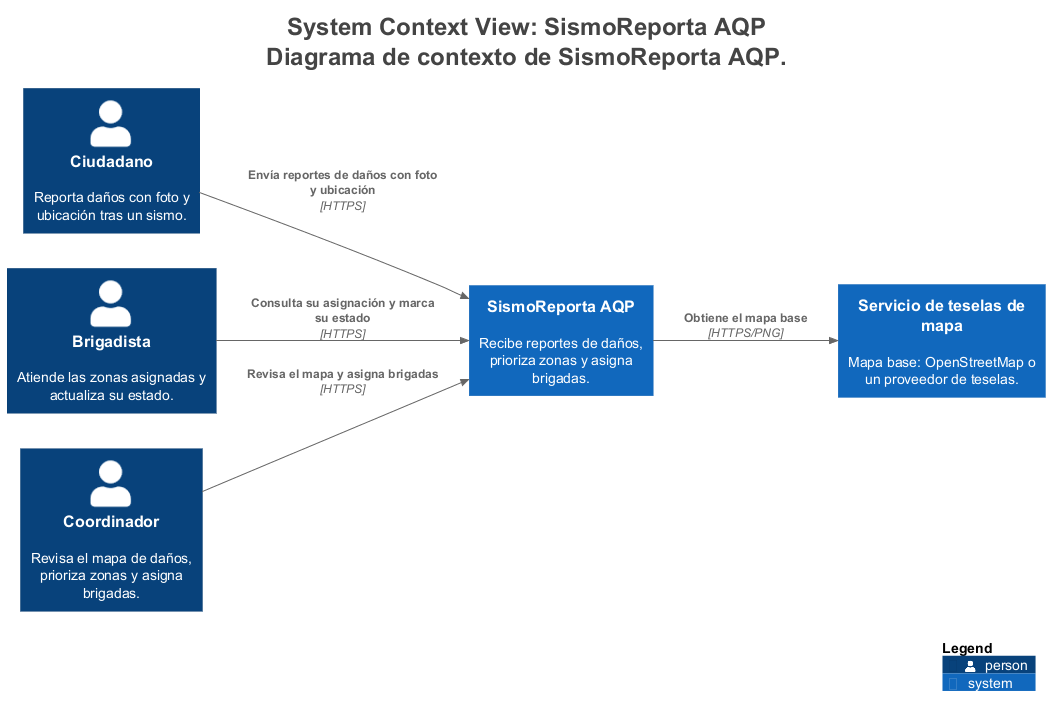
The PlantUML diagram docs/architecture/c4/img/structurizr-Contexto.png in DavidOliva06/cs-2026b-lab04-grupo06, before a commit.
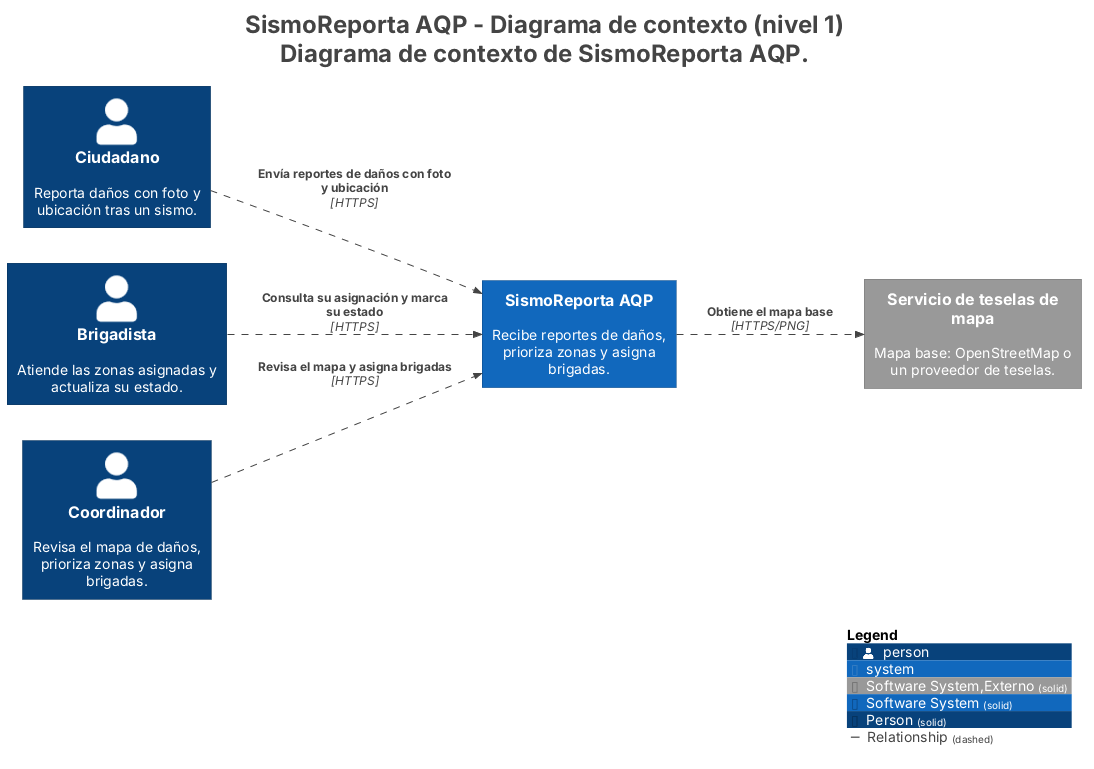
The same diagram one commit later.

The edit, as a diff of the source:
```diff
@@ -1,5 +1,5 @@
 @startuml
-title <size:24>System Context View: SismoReporta AQP</size>\n<size:24>Diagrama de contexto de SismoReporta AQP.</size>
+title <size:24>SismoReporta AQP - Diagrama de contexto (nivel 1)</size>\n<size:24>Diagrama de contexto de SismoReporta AQP.</size>
 
 set separator none
 left to right direction
@@ -14,16 +14,22 @@
 !include <C4/C4>
 !include <C4/C4_Context>
 
-Person(Ciudadano, "Ciudadano", $descr="Reporta daños con foto y ubicación tras un sismo.", $tags="", $link="")
-System(Serviciodeteselasdemapa, "Servicio de teselas de mapa", $descr="Mapa base: OpenStreetMap o un proveedor de teselas.", $tags="", $link="")
-Person(Brigadista, "Brigadista", $descr="Atiende las zonas asignadas y actualiza su estado.", $tags="", $link="")
-Person(Coordinador, "Coordinador", $descr="Revisa el mapa de daños, prioriza zonas y asigna brigadas.", $tags="", $link="")
-System(SismoReportaAQP, "SismoReporta AQP", $descr="Recibe reportes de daños, prioriza zonas y asigna brigadas.", $tags="", $link="")
+AddElementTag("Software System,Externo", $bgColor="#999999", $borderColor="#6b6b6b", $fontColor="#ffffff", $sprite="", $shadowing="", $borderStyle="solid")
+AddElementTag("Software System", $bgColor="#1168bd", $borderColor="#0b4884", $fontColor="#ffffff", $sprite="", $shadowing="", $borderStyle="solid")
+AddElementTag("Person", $bgColor="#08427b", $borderColor="#052e56", $fontColor="#ffffff", $sprite="", $shadowing="", $borderStyle="solid")
 
-Rel(Ciudadano, SismoReportaAQP, "Envía reportes de daños con foto y ubicación", $techn="HTTPS", $tags="", $link="")
-Rel(Brigadista, SismoReportaAQP, "Consulta su asignación y marca su estado", $techn="HTTPS", $tags="", $link="")
-Rel(Coordinador, SismoReportaAQP, "Revisa el mapa y asigna brigadas", $techn="HTTPS", $tags="", $link="")
-Rel(SismoReportaAQP, Serviciodeteselasdemapa, "Obtiene el mapa base", $techn="HTTPS/PNG", $tags="", $link="")
+AddRelTag("Relationship", $textColor="#444444", $lineColor="#444444", $lineStyle = DashedLine())
+
+Person(Ciudadano, "Ciudadano", $descr="Reporta daños con foto y ubicación tras un sismo.", $tags="Person", $link="")
+System(Serviciodeteselasdemapa, "Servicio de teselas de mapa", $descr="Mapa base: OpenStreetMap o un proveedor de teselas.", $tags="Software System,Externo", $link="")
+Person(Brigadista, "Brigadista", $descr="Atiende las zonas asignadas y actualiza su estado.", $tags="Person", $link="")
+Person(Coordinador, "Coordinador", $descr="Revisa el mapa de daños, prioriza zonas y asigna brigadas.", $tags="Person", $link="")
+System(SismoReportaAQP, "SismoReporta AQP", $descr="Recibe reportes de daños, prioriza zonas y asigna brigadas.", $tags="Software System", $link="")
+
+Rel(Ciudadano, SismoReportaAQP, "Envía reportes de daños con foto y ubicación", $techn="HTTPS", $tags="Relationship", $link="")
+Rel(Brigadista, SismoReportaAQP, "Consulta su asignación y marca su estado", $techn="HTTPS", $tags="Relationship", $link="")
+Rel(Coordinador, SismoReportaAQP, "Revisa el mapa y asigna brigadas", $techn="HTTPS", $tags="Relationship", $link="")
+Rel(SismoReportaAQP, Serviciodeteselasdemapa, "Obtiene el mapa base", $techn="HTTPS/PNG", $tags="Relationship", $link="")
 
 SHOW_LEGEND(true)
 hide stereotypes
```
